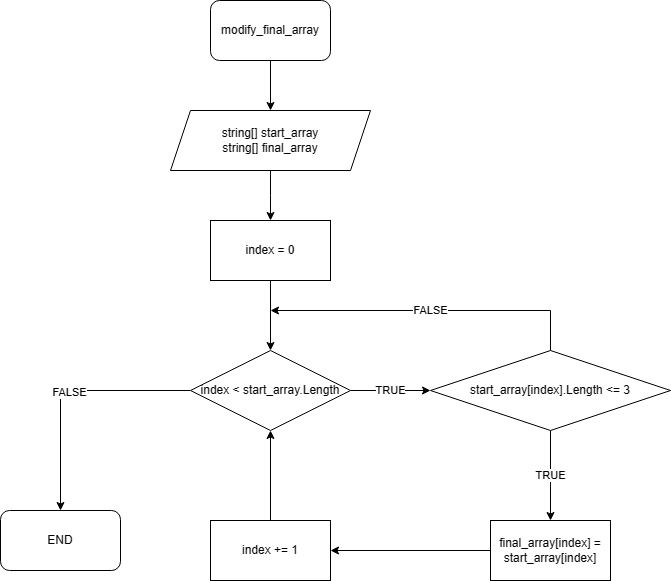
Earlier version of the draw.io export Schema/Schema.png (nzzima/Attectation_First_GB). Source tidied: cells renumbered, new cells last; positions are measured from the earlier drawing's top-left corner, leaving out a move shared by most shapes.
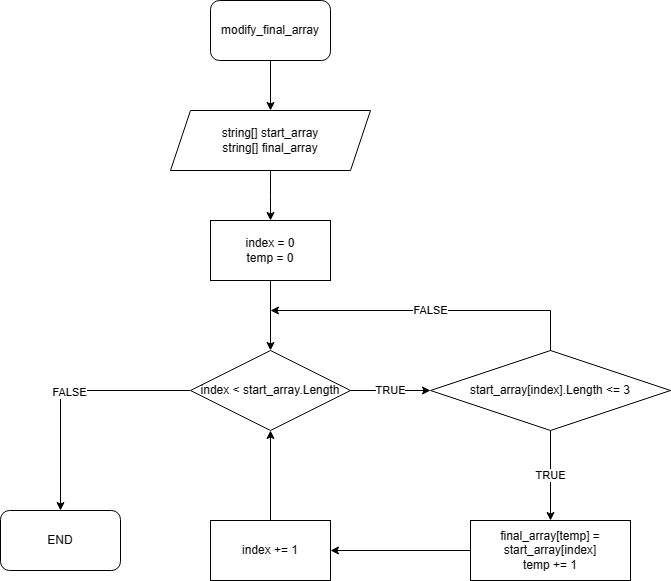
Above is the later version.

Change to the diagram source:
```diff
@@ -22,7 +22,7 @@
     <mxCell id="7" style="edgeStyle=orthogonalEdgeStyle;rounded=0;jettySize=auto;html=1;" parent="1" edge="1" source="8" target="12">
       <mxGeometry relative="1" as="geometry" />
     </mxCell>
-    <mxCell id="8" value="index = 0" style="rounded=0;whiteSpace=wrap;html=1;" parent="1" vertex="1">
+    <mxCell id="8" value="index = 0&lt;br&gt;temp = 0" style="rounded=0;whiteSpace=wrap;html=1;" parent="1" vertex="1">
       <mxGeometry x="210" y="220" width="120" height="60" as="geometry" />
     </mxCell>
     <mxCell id="9" value="TRUE" style="edgeStyle=orthogonalEdgeStyle;rounded=0;jettySize=auto;html=1;" parent="1" edge="1" source="12" target="15">
@@ -54,8 +54,8 @@
     <mxCell id="16" style="edgeStyle=orthogonalEdgeStyle;rounded=0;jettySize=auto;html=1;" parent="1" edge="1" source="17" target="19">
       <mxGeometry relative="1" as="geometry" />
     </mxCell>
-    <mxCell id="17" value="final_array[index] = start_array[index]" style="whiteSpace=wrap;html=1;rounded=0;" parent="1" vertex="1">
-      <mxGeometry x="490" y="520" width="120" height="60" as="geometry" />
+    <mxCell id="17" value="final_array[temp] = start_array[index]&lt;br&gt;temp += 1" style="whiteSpace=wrap;html=1;rounded=0;" parent="1" vertex="1">
+      <mxGeometry x="470" y="520" width="160" height="60" as="geometry" />
     </mxCell>
     <mxCell id="18" style="edgeStyle=orthogonalEdgeStyle;rounded=0;jettySize=auto;html=1;entryX=0.5;entryY=1;entryDx=0;entryDy=0;" parent="1" edge="1" source="19" target="12">
       <mxGeometry relative="1" as="geometry" />
```
